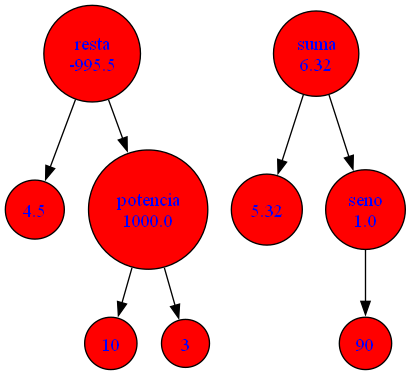
This is GraficaArbol.png from Javier-201906795/LFP_S2_2023_Proyecto1_201906795, a Graphviz export, as it was before one commit. Its source is kept beside it as GraficaArbol.dot.
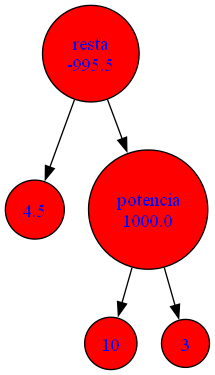
The same diagram one commit later.

What changed in the source:
```diff
@@ -11,13 +11,4 @@
 -995.5"]
 	x5 -> x4
 	x5 -> x1
-	x6 [label=5.32]
-	x7 [label="seno
-1.0"]
-	x8 [label=90]
-	x7 -> x8
-	x9 [label="suma
-6.32"]
-	x9 -> x6
-	x9 -> x7
 }
```
